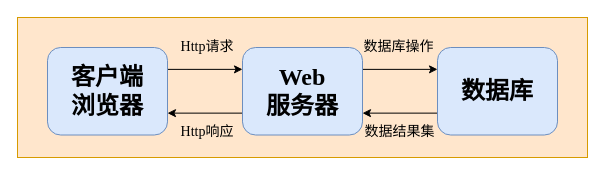
This is 陶陶框架2.drawio from dongtianshuo/dongtianshuo1, a draw.io file, before an edit. Source tidied: cells renumbered, new cells numbered last; positions are measured from the earlier drawing's top-left corner, leaving out a move shared by most shapes. Both pictures are drawn from the tidied source at 100%, with x=0, y=0 at pixel (17, 17).
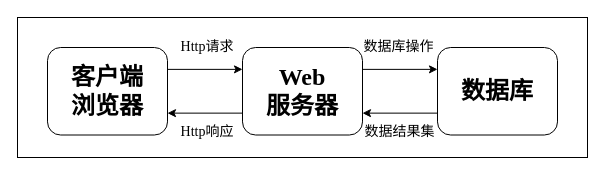
The same diagram, later.

Commit message:
更新陶陶框架2.drawio

Change to the diagram source:
```diff
@@
 <mxGraphModel>
   <root>
     <mxCell id="0" />
     <mxCell id="1" parent="0" />
-    <mxCell id="2" style="rounded=0;whiteSpace=wrap;html=1;fillColor=#ffe6cc;strokeColor=#d79b00;" parent="1" vertex="1">
+    <mxCell id="2" style="rounded=0;whiteSpace=wrap;html=1;" parent="1" vertex="1">
       <mxGeometry width="570" height="140" as="geometry" />
     </mxCell>
     <mxCell id="3" style="edgeStyle=orthogonalEdgeStyle;rounded=0;jettySize=auto;html=1;exitX=1;exitY=0.25;exitDx=0;exitDy=0;entryX=0;entryY=0.25;entryDx=0;entryDy=0;" parent="1" edge="1" source="4" target="7">
       <mxGeometry relative="1" as="geometry" />
     </mxCell>
-    <mxCell id="4" value="&lt;font style=&quot;font-size: 24px;&quot; face=&quot;Times New Roman&quot;&gt;&lt;b&gt;客户端&lt;/b&gt;&lt;/font&gt;&lt;div&gt;&lt;font style=&quot;font-size: 24px;&quot; face=&quot;Times New Roman&quot;&gt;&lt;b&gt;浏览器&lt;/b&gt;&lt;/font&gt;&lt;/div&gt;" style="rounded=1;whiteSpace=wrap;html=1;fillColor=#dae8fc;strokeColor=#6c8ebf;" parent="1" vertex="1">
+    <mxCell id="4" value="&lt;font style=&quot;font-size: 24px;&quot; face=&quot;Times New Roman&quot;&gt;&lt;b&gt;客户端&lt;/b&gt;&lt;/font&gt;&lt;div&gt;&lt;font style=&quot;font-size: 24px;&quot; face=&quot;Times New Roman&quot;&gt;&lt;b&gt;浏览器&lt;/b&gt;&lt;/font&gt;&lt;/div&gt;" style="rounded=1;whiteSpace=wrap;html=1;" parent="1" vertex="1">
       <mxGeometry x="30" y="30" width="120" height="87.5" as="geometry" />
     </mxCell>
     <mxCell id="5" style="edgeStyle=orthogonalEdgeStyle;rounded=0;jettySize=auto;html=1;exitX=1;exitY=0.25;exitDx=0;exitDy=0;entryX=0;entryY=0.25;entryDx=0;entryDy=0;" parent="1" edge="1" source="7" target="9">
       <mxGeometry relative="1" as="geometry" />
     </mxCell>
     <mxCell id="6" style="edgeStyle=orthogonalEdgeStyle;rounded=0;jettySize=auto;html=1;exitX=0;exitY=0.75;exitDx=0;exitDy=0;entryX=1;entryY=0.75;entryDx=0;entryDy=0;" parent="1" edge="1" source="7" target="4">
       <mxGeometry relative="1" as="geometry" />
     </mxCell>
-    <mxCell id="7" value="&lt;font style=&quot;font-size: 24px;&quot; face=&quot;Times New Roman&quot;&gt;&lt;b&gt;Web&lt;/b&gt;&lt;/font&gt;&lt;div&gt;&lt;font style=&quot;font-size: 24px;&quot; face=&quot;Times New Roman&quot;&gt;&lt;b&gt;服务器&lt;/b&gt;&lt;/font&gt;&lt;/div&gt;" style="rounded=1;whiteSpace=wrap;html=1;fillColor=#dae8fc;strokeColor=#6c8ebf;" parent="1" vertex="1">
+    <mxCell id="7" value="&lt;font style=&quot;font-size: 24px;&quot; face=&quot;Times New Roman&quot;&gt;&lt;b&gt;Web&lt;/b&gt;&lt;/font&gt;&lt;div&gt;&lt;font style=&quot;font-size: 24px;&quot; face=&quot;Times New Roman&quot;&gt;&lt;b&gt;服务器&lt;/b&gt;&lt;/font&gt;&lt;/div&gt;" style="rounded=1;whiteSpace=wrap;html=1;" parent="1" vertex="1">
       <mxGeometry x="225" y="30" width="120" height="87.5" as="geometry" />
     </mxCell>
     <mxCell id="8" style="edgeStyle=orthogonalEdgeStyle;rounded=0;jettySize=auto;html=1;exitX=0;exitY=0.75;exitDx=0;exitDy=0;entryX=1;entryY=0.75;entryDx=0;entryDy=0;" parent="1" edge="1" source="9" target="7">
       <mxGeometry relative="1" as="geometry" />
     </mxCell>
-    <mxCell id="9" value="&lt;div&gt;&lt;b style=&quot;font-family: &amp;quot;Times New Roman&amp;quot;; font-size: 24px;&quot;&gt;数据库&lt;/b&gt;&lt;/div&gt;" style="rounded=1;whiteSpace=wrap;html=1;fillColor=#dae8fc;strokeColor=#6c8ebf;" parent="1" vertex="1">
+    <mxCell id="9" value="&lt;div&gt;&lt;b style=&quot;font-family: &amp;quot;Times New Roman&amp;quot;; font-size: 24px;&quot;&gt;数据库&lt;/b&gt;&lt;/div&gt;" style="rounded=1;whiteSpace=wrap;html=1;" parent="1" vertex="1">
       <mxGeometry x="420" y="30" width="120" height="87.5" as="geometry" />
     </mxCell>
     <mxCell id="10" value="&lt;font style=&quot;font-size: 14px;&quot; face=&quot;Times New Roman&quot;&gt;Http请求&lt;/font&gt;" style="text;html=1;align=center;verticalAlign=middle;whiteSpace=wrap;rounded=0;" parent="1" vertex="1">
       <mxGeometry x="160" y="20" width="60" height="20" as="geometry" />
     </mxCell>
     <mxCell id="11" value="&lt;font style=&quot;font-size: 14px;&quot; face=&quot;Times New Roman&quot;&gt;Http响应&lt;/font&gt;" style="text;html=1;align=center;verticalAlign=middle;whiteSpace=wrap;rounded=0;" parent="1" vertex="1">
       <mxGeometry x="160" y="105" width="60" height="20" as="geometry" />
     </mxCell>
     <mxCell id="12" value="&lt;font style=&quot;font-size: 14px;&quot; face=&quot;Times New Roman&quot;&gt;数据库操作&lt;/font&gt;" style="text;html=1;align=center;verticalAlign=middle;whiteSpace=wrap;rounded=0;" parent="1" vertex="1">
       <mxGeometry x="343" y="20" width="77" height="20" as="geometry" />
     </mxCell>
     <mxCell id="13" value="&lt;font style=&quot;font-size: 14px;&quot; face=&quot;Times New Roman&quot;&gt;数据结果集&lt;/font&gt;" style="text;html=1;align=center;verticalAlign=middle;whiteSpace=wrap;rounded=0;" parent="1" vertex="1">
       <mxGeometry x="344" y="105" width="77" height="20" as="geometry" />
     </mxCell>
   </root>
 </mxGraphModel>
```
